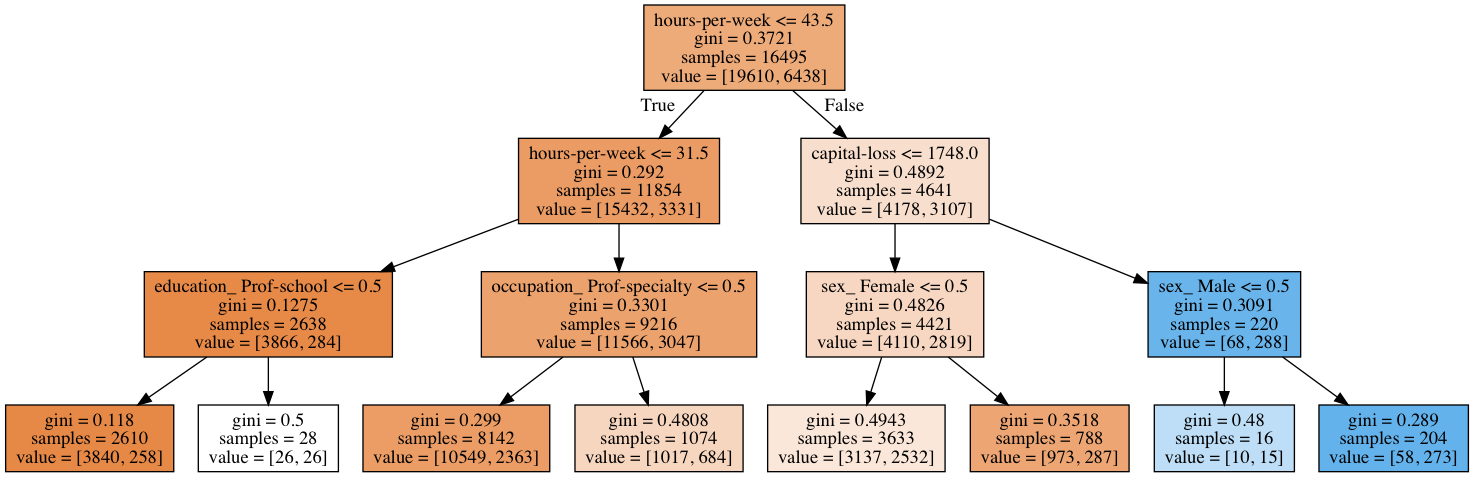
Above: models/tree1.png in shirmeir/notebooks (Graphviz), before the change. Its source is kept beside it as models/tree1.dot.
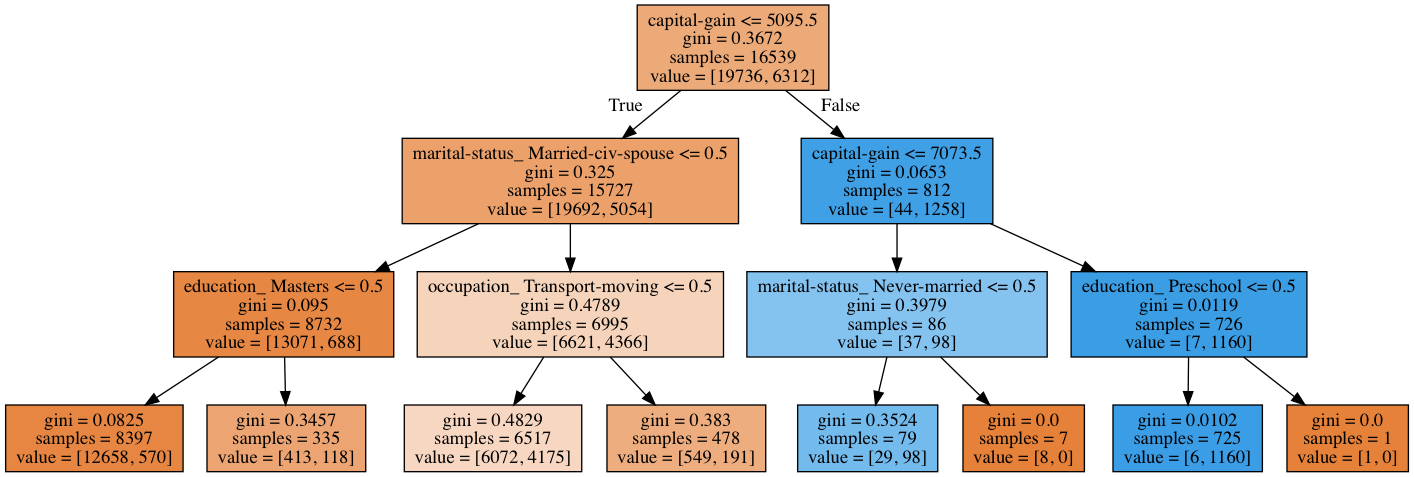
Later version of the same file.

What changed in the source:
```diff
@@ -1,32 +1,32 @@
 digraph Tree {
 node [shape=box, style="filled", color="black"] ;
-0 [label="hours-per-week <= 43.5\ngini = 0.3721\nsamples = 16495\nvalue = [19610, 6438]", fillcolor="#e58139ab"] ;
-1 [label="hours-per-week <= 31.5\ngini = 0.292\nsamples = 11854\nvalue = [15432, 3331]", fillcolor="#e58139c8"] ;
+0 [label="capital-gain <= 5095.5\ngini = 0.3672\nsamples = 16539\nvalue = [19736, 6312]", fillcolor="#e58139ad"] ;
+1 [label="marital-status_ Married-civ-spouse <= 0.5\ngini = 0.325\nsamples = 15727\nvalue = [19692, 5054]", fillcolor="#e58139be"] ;
 0 -> 1 [labeldistance=2.5, labelangle=45, headlabel="True"] ;
-2 [label="education_ Prof-school <= 0.5\ngini = 0.1275\nsamples = 2638\nvalue = [3866, 284]", fillcolor="#e58139ec"] ;
+2 [label="education_ Masters <= 0.5\ngini = 0.095\nsamples = 8732\nvalue = [13071, 688]", fillcolor="#e58139f2"] ;
 1 -> 2 ;
-3 [label="gini = 0.118\nsamples = 2610\nvalue = [3840, 258]", fillcolor="#e58139ee"] ;
+3 [label="gini = 0.0825\nsamples = 8397\nvalue = [12658, 570]", fillcolor="#e58139f4"] ;
 2 -> 3 ;
-4 [label="gini = 0.5\nsamples = 28\nvalue = [26, 26]", fillcolor="#e5813900"] ;
+4 [label="gini = 0.3457\nsamples = 335\nvalue = [413, 118]", fillcolor="#e58139b6"] ;
 2 -> 4 ;
-5 [label="occupation_ Prof-specialty <= 0.5\ngini = 0.3301\nsamples = 9216\nvalue = [11566, 3047]", fillcolor="#e58139bc"] ;
+5 [label="occupation_ Transport-moving <= 0.5\ngini = 0.4789\nsamples = 6995\nvalue = [6621, 4366]", fillcolor="#e5813957"] ;
 1 -> 5 ;
-6 [label="gini = 0.299\nsamples = 8142\nvalue = [10549, 2363]", fillcolor="#e58139c6"] ;
+6 [label="gini = 0.4829\nsamples = 6517\nvalue = [6072, 4175]", fillcolor="#e5813950"] ;
 5 -> 6 ;
-7 [label="gini = 0.4808\nsamples = 1074\nvalue = [1017, 684]", fillcolor="#e5813953"] ;
+7 [label="gini = 0.383\nsamples = 478\nvalue = [549, 191]", fillcolor="#e58139a6"] ;
 5 -> 7 ;
-8 [label="capital-loss <= 1748.0\ngini = 0.4892\nsamples = 4641\nvalue = [4178, 3107]", fillcolor="#e5813941"] ;
+8 [label="capital-gain <= 7073.5\ngini = 0.0653\nsamples = 812\nvalue = [44, 1258]", fillcolor="#399de5f6"] ;
 0 -> 8 [labeldistance=2.5, labelangle=-45, headlabel="False"] ;
-9 [label="sex_ Female <= 0.5\ngini = 0.4826\nsamples = 4421\nvalue = [4110, 2819]", fillcolor="#e5813950"] ;
+9 [label="marital-status_ Never-married <= 0.5\ngini = 0.3979\nsamples = 86\nvalue = [37, 98]", fillcolor="#399de59f"] ;
 8 -> 9 ;
-10 [label="gini = 0.4943\nsamples = 3633\nvalue = [3137, 2532]", fillcolor="#e5813931"] ;
+10 [label="gini = 0.3524\nsamples = 79\nvalue = [29, 98]", fillcolor="#399de5b4"] ;
 9 -> 10 ;
-11 [label="gini = 0.3518\nsamples = 788\nvalue = [973, 287]", fillcolor="#e58139b4"] ;
+11 [label="gini = 0.0\nsamples = 7\nvalue = [8, 0]", fillcolor="#e58139ff"] ;
 9 -> 11 ;
-12 [label="sex_ Male <= 0.5\ngini = 0.3091\nsamples = 220\nvalue = [68, 288]", fillcolor="#399de5c3"] ;
+12 [label="education_ Preschool <= 0.5\ngini = 0.0119\nsamples = 726\nvalue = [7, 1160]", fillcolor="#399de5fd"] ;
 8 -> 12 ;
-13 [label="gini = 0.48\nsamples = 16\nvalue = [10, 15]", fillcolor="#399de555"] ;
+13 [label="gini = 0.0102\nsamples = 725\nvalue = [6, 1160]", fillcolor="#399de5fe"] ;
 12 -> 13 ;
-14 [label="gini = 0.289\nsamples = 204\nvalue = [58, 273]", fillcolor="#399de5c9"] ;
+14 [label="gini = 0.0\nsamples = 1\nvalue = [1, 0]", fillcolor="#e58139ff"] ;
 12 -> 14 ;
 }
```
